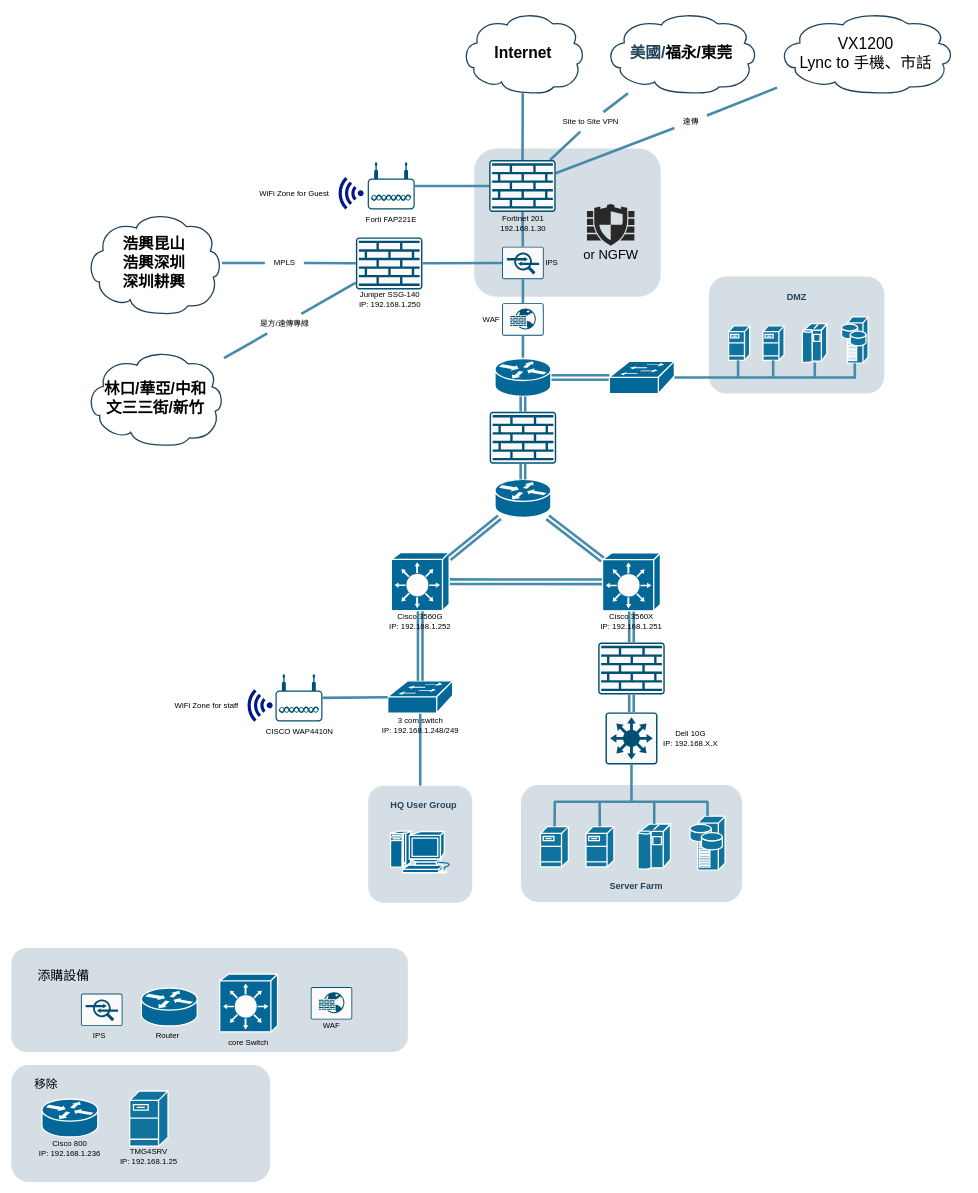
Before: HQ-V2.drawio in KevinKuo2519/AI-Prpgram, a draw.io diagram. Source tidied: cells renumbered, new cells numbered last; positions are measured from the earlier drawing's top-left corner, leaving out a move shared by most shapes. Both pictures are drawn from the tidied source at 65%, with x=0, y=0 at pixel (11, 12).
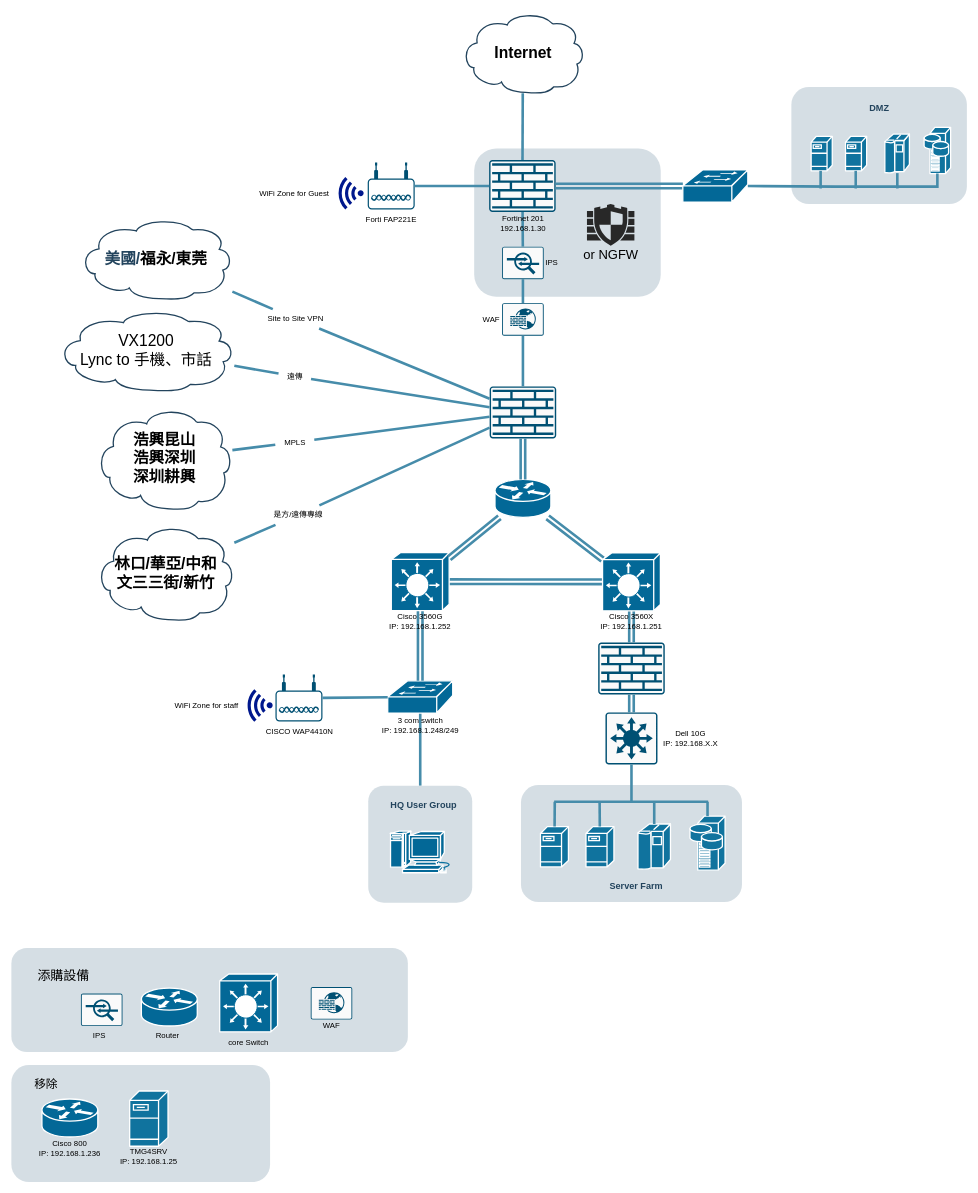
The same page after the edit.

Unchanged cells that the change refers to:
```xml
<mxCell id="40" style="sketch=0;points=[[0.015,0.015,0],[0.985,0.015,0],[0.985,0.985,0],[0.015,0.985,0],[0.25,0,0],[0.5,0,0],[0.75,0,0],[1,0.25,0],[1,0.5,0],[1,0.75,0],[0.75,1,0],[0.5,1,0],[0.25,1,0],[0,0.75,0],[0,0.5,0],[0,0.25,0]];verticalLabelPosition=bottom;html=1;verticalAlign=top;align=center;shape=mxgraph.cisco19.rect;prIcon=ips_ids;fillColor=#FAFAFA;strokeColor=#005073;" parent="1" vertex="1">
  <mxGeometry x="755" y="361" width="64" height="50" as="geometry" />
</mxCell>
<mxCell id="42" style="sketch=0;points=[[0.015,0.015,0],[0.985,0.015,0],[0.985,0.985,0],[0.015,0.985,0],[0.25,0,0],[0.5,0,0],[0.75,0,0],[1,0.25,0],[1,0.5,0],[1,0.75,0],[0.75,1,0],[0.5,1,0],[0.25,1,0],[0,0.75,0],[0,0.5,0],[0,0.25,0]];verticalLabelPosition=bottom;html=1;verticalAlign=top;align=center;shape=mxgraph.cisco19.rect;prIcon=firewall;fillColor=#FAFAFA;strokeColor=#005073;" parent="41" vertex="1">
  <mxGeometry x="0.5" width="102.4" height="80" as="geometry" />
</mxCell>
<mxCell id="101" style="sketch=0;points=[[0.015,0.015,0],[0.985,0.015,0],[0.985,0.985,0],[0.015,0.985,0],[0.25,0,0],[0.5,0,0],[0.75,0,0],[1,0.25,0],[1,0.5,0],[1,0.75,0],[0.75,1,0],[0.5,1,0],[0.25,1,0],[0,0.75,0],[0,0.5,0],[0,0.25,0]];verticalLabelPosition=bottom;html=1;verticalAlign=top;align=center;shape=mxgraph.cisco19.rect;prIcon=web_application_firewall;fillColor=#FAFAFA;strokeColor=#005073;" parent="100" vertex="1">
  <mxGeometry x="69.5" width="64" height="50" as="geometry" />
</mxCell>
```

Diff of the diagram source:
```diff
@@
     <mxCell id="2" style="group;" parent="1" vertex="1">
-      <mxGeometry x="1073" y="407" width="270" height="180" as="geometry" />
+      <mxGeometry x="1200" y="115.4" width="270" height="180" as="geometry" />
     </mxCell>
@@
     <mxCell id="18" value="&lt;p style=&quot;margin-top: 0pt; margin-bottom: 0pt; margin-left: 0in; direction: ltr; unicode-bidi: embed; word-break: normal; font-size: 23px;&quot;&gt;&lt;/p&gt;&lt;p style=&quot;margin-top: 0pt; margin-bottom: 0pt; margin-left: 0in; direction: ltr; unicode-bidi: embed; word-break: normal;&quot;&gt;&lt;span style=&quot;background-color: initial; font-size: 18pt; color: rgb(0, 0, 0);&quot;&gt;林口/華亞/中和&lt;/span&gt;&lt;/p&gt;&lt;p style=&quot;margin-top: 0pt; margin-bottom: 0pt; margin-left: 0in; direction: ltr; unicode-bidi: embed; word-break: normal;&quot;&gt;&lt;span style=&quot;background-color: initial; font-size: 18pt; color: rgb(0, 0, 0);&quot;&gt;文三三街/新竹&lt;/span&gt;&lt;/p&gt;" style="shape=mxgraph.cisco.storage.cloud;html=1;dashed=0;strokeColor=#23445D;fillColor=#ffffff;strokeWidth=2;fontFamily=Helvetica;fontSize=24;fontColor=#23445D;align=center;fontStyle=1;" parent="1" vertex="1">
-      <mxGeometry x="114" y="520" width="213" height="147" as="geometry" />
+      <mxGeometry x="130" y="789" width="213" height="147" as="geometry" />
     </mxCell>
@@
-    <mxCell id="22" style="rounded=1;jettySize=auto;html=1;strokeColor=#468CAA;strokeWidth=4;endArrow=none;endFill=0;" parent="1" edge="1" source="46" target="42">
+    <mxCell id="22" style="rounded=1;jettySize=auto;html=1;strokeColor=#468CAA;strokeWidth=4;endArrow=none;endFill=0;" parent="1" edge="1" source="46" target="109">
       <mxGeometry relative="1" as="geometry" />
     </mxCell>
     <mxCell id="23" value="&lt;p style=&quot;margin-top: 0pt; margin-bottom: 0pt; margin-left: 0in; direction: ltr; unicode-bidi: embed; word-break: normal; font-size: 23px;&quot;&gt;&lt;/p&gt;&lt;p style=&quot;border-color: var(--border-color); color: rgb(0, 0, 0); font-weight: 400; margin-top: 0pt; margin-bottom: 0pt; margin-left: 0in; direction: ltr; unicode-bidi: embed; word-break: normal;&quot;&gt;&lt;font style=&quot;border-color: var(--border-color);&quot;&gt;VX1200&lt;/font&gt;&lt;/p&gt;&lt;p style=&quot;border-color: var(--border-color); color: rgb(0, 0, 0); font-weight: 400; margin-top: 0pt; margin-bottom: 0pt; margin-left: 0in; direction: ltr; unicode-bidi: embed; word-break: normal;&quot;&gt;&lt;font style=&quot;border-color: var(--border-color);&quot;&gt;Lync to&amp;nbsp;&lt;span style=&quot;border-color: var(--border-color); font-family: 微軟正黑體;&quot;&gt;手機、市話&lt;/span&gt;&lt;/font&gt;&lt;/p&gt;" style="shape=mxgraph.cisco.storage.cloud;html=1;dashed=0;strokeColor=#23445D;fillColor=#ffffff;strokeWidth=2;fontFamily=Helvetica;fontSize=24;fontColor=#23445D;align=center;fontStyle=1;" parent="1" vertex="1">
-      <mxGeometry x="1178" width="272" height="125" as="geometry" />
+      <mxGeometry x="71" y="458" width="272" height="125" as="geometry" />
     </mxCell>
@@
-    <mxCell id="35" style="rounded=1;jettySize=auto;html=1;strokeColor=#468CAA;strokeWidth=4;endArrow=none;endFill=0;" parent="1" edge="1" source="64" target="42">
+    <mxCell id="35" style="rounded=1;jettySize=auto;html=1;strokeColor=#468CAA;strokeWidth=4;endArrow=none;endFill=0;" parent="1" edge="1" source="64" target="109">
       <mxGeometry relative="1" as="geometry" />
     </mxCell>
     <mxCell id="36" value="&lt;p style=&quot;margin-top: 0pt; margin-bottom: 0pt; margin-left: 0in; direction: ltr; unicode-bidi: embed; word-break: normal; font-size: 23px;&quot;&gt;&lt;/p&gt;&lt;p style=&quot;margin-top: 0pt; margin-bottom: 0pt; margin-left: 0in; direction: ltr; unicode-bidi: embed; word-break: normal;&quot;&gt;&lt;font style=&quot;background-color: initial;&quot; color=&quot;#000000&quot;&gt;&lt;span style=&quot;font-size: 18pt; font-family: 微軟正黑體;&quot;&gt;浩興昆山&lt;/span&gt;&lt;/font&gt;&lt;br&gt;&lt;/p&gt;&lt;p style=&quot;margin-top: 0pt; margin-bottom: 0pt; margin-left: 0in; direction: ltr; unicode-bidi: embed; word-break: normal;&quot;&gt;&lt;span style=&quot;font-family: 微軟正黑體; font-size: 18pt; color: rgb(0, 0, 0); background-color: initial;&quot;&gt;浩興深圳&lt;/span&gt;&lt;/p&gt;&lt;p style=&quot;margin-top: 0pt; margin-bottom: 0pt; margin-left: 0in; direction: ltr; unicode-bidi: embed; word-break: normal;&quot;&gt;&lt;span style=&quot;color: rgb(0, 0, 0); background-color: initial; font-size: 18pt; font-family: 微軟正黑體;&quot;&gt;深圳耕興&lt;/span&gt;&lt;br&gt;&lt;/p&gt;" style="shape=mxgraph.cisco.storage.cloud;html=1;dashed=0;strokeColor=#23445D;fillColor=#ffffff;strokeWidth=2;fontFamily=Helvetica;fontSize=24;fontColor=#23445D;align=center;fontStyle=1;" parent="1" vertex="1">
-      <mxGeometry x="114" y="307.5" width="210" height="157" as="geometry" />
+      <mxGeometry x="130" y="608.5" width="210" height="157" as="geometry" />
     </mxCell>
@@
-    <mxCell id="44" style="rounded=1;jettySize=auto;html=1;endArrow=none;endFill=0;strokeColor=#468CAA;strokeWidth=4;" parent="1" edge="1" source="87" target="71">
+    <mxCell id="44" style="rounded=1;jettySize=auto;html=1;endArrow=none;endFill=0;strokeColor=#468CAA;strokeWidth=4;" parent="1" edge="1" source="87" target="109">
       <mxGeometry relative="1" as="geometry" />
     </mxCell>
@@
     <mxCell id="46" value="遠傳" style="text;html=1;align=center;verticalAlign=middle;points=[];strokeColor=none;fillColor=none;" parent="1" vertex="1">
-      <mxGeometry x="1020" y="154" width="50" height="30" as="geometry" />
+      <mxGeometry x="411" y="545.5" width="50" height="30" as="geometry" />
     </mxCell>
-    <mxCell id="47" style="rounded=1;jettySize=auto;html=1;strokeColor=#468CAA;strokeWidth=4;endArrow=none;endFill=0;elbow=vertical;" parent="1" edge="1" source="71" target="48">
+    <mxCell id="47" style="rounded=1;jettySize=auto;html=1;strokeColor=#468CAA;strokeWidth=4;endArrow=none;endFill=0;elbow=vertical;" parent="1" edge="1" source="109" target="48">
       <mxGeometry relative="1" as="geometry" />
     </mxCell>
     <mxCell id="48" value="是方/遠傳專線" style="text;html=1;align=center;verticalAlign=middle;points=[];strokeColor=none;fillColor=none;" parent="1" vertex="1">
-      <mxGeometry x="370" y="464.5" width="100" height="30" as="geometry" />
+      <mxGeometry x="391" y="759" width="100" height="30" as="geometry" />
     </mxCell>
@@
-    <mxCell id="59" style="rounded=1;jettySize=auto;html=1;endArrow=none;endFill=0;strokeWidth=4;strokeColor=#468CAA;shape=link;" parent="1" edge="1" source="84" target="110">
+    <mxCell id="59" style="rounded=1;jettySize=auto;html=1;endArrow=none;endFill=0;strokeWidth=4;strokeColor=#468CAA;shape=link;entryX=1;entryY=0.5;entryDx=0;entryDy=0;entryPerimeter=0;" parent="1" edge="1" source="84" target="42">
       <mxGeometry relative="1" as="geometry" />
     </mxCell>
@@
     <mxCell id="64" value="Site to Site VPN" style="text;html=1;align=center;verticalAlign=middle;points=[];strokeColor=none;fillColor=none;" parent="1" vertex="1">
-      <mxGeometry x="836.2" y="154" width="110" height="30" as="geometry" />
+      <mxGeometry x="382" y="457" width="110" height="30" as="geometry" />
     </mxCell>
-    <mxCell id="65" style="rounded=1;jettySize=auto;html=1;strokeColor=#468CAA;strokeWidth=4;endArrow=none;endFill=0;" parent="1" edge="1" source="71" target="40">
-      <mxGeometry relative="1" as="geometry" />
-    </mxCell>
@@
-    <mxCell id="70" style="group;" parent="1" vertex="1">
-      <mxGeometry x="530" y="346.7" width="105" height="110" as="geometry" />
-    </mxCell>
-    <mxCell id="71" style="sketch=0;points=[[0.015,0.015,0],[0.985,0.015,0],[0.985,0.985,0],[0.015,0.985,0],[0.25,0,0],[0.5,0,0],[0.75,0,0],[1,0.25,0],[1,0.5,0],[1,0.75,0],[0.75,1,0],[0.5,1,0],[0.25,1,0],[0,0.75,0],[0,0.5,0],[0,0.25,0]];verticalLabelPosition=bottom;html=1;verticalAlign=top;align=center;shape=mxgraph.cisco19.rect;prIcon=firewall;fillColor=#FAFAFA;strokeColor=#005073;" parent="70" vertex="1">
-      <mxGeometry width="102.4" height="80" as="geometry" />
-    </mxCell>
-    <mxCell id="72" value="Juniper SSG-140&lt;br&gt;IP: 192.168.1.250" style="text;html=1;strokeColor=none;fillColor=none;align=center;verticalAlign=middle;whiteSpace=wrap;rounded=0;" parent="70" vertex="1">
-      <mxGeometry y="80" width="105" height="30" as="geometry" />
-    </mxCell>
     <mxCell id="73" value="&lt;p style=&quot;margin-top: 0pt; margin-bottom: 0pt; margin-left: 0in; direction: ltr; unicode-bidi: embed; word-break: normal; font-size: 23px;&quot;&gt;&lt;/p&gt;&lt;p style=&quot;border-color: var(--border-color); margin-top: 0pt; margin-bottom: 0pt; margin-left: 0in; direction: ltr; unicode-bidi: embed; word-break: normal;&quot;&gt;美國/&lt;span style=&quot;background-color: initial; color: rgb(0, 0, 0); font-size: 18pt;&quot;&gt;福永/東莞&lt;/span&gt;&lt;/p&gt;" style="shape=mxgraph.cisco.storage.cloud;html=1;dashed=0;strokeColor=#23445D;fillColor=#ffffff;strokeWidth=2;fontFamily=Helvetica;fontSize=24;fontColor=#23445D;align=center;fontStyle=1;" parent="1" vertex="1">
-      <mxGeometry x="912.5" width="235.5" height="125" as="geometry" />
+      <mxGeometry x="104.5" y="317" width="235.5" height="125" as="geometry" />
     </mxCell>
@@
     <mxCell id="84" style="shape=mxgraph.cisco.switches.workgroup_switch;sketch=0;html=1;dashed=0;fillColor=#036897;strokeColor=#ffffff;strokeWidth=2;verticalLabelPosition=bottom;verticalAlign=top;align=center;outlineConnect=0;" parent="1" vertex="1">
-      <mxGeometry x="920" y="537.5" width="100" height="49.5" as="geometry" />
+      <mxGeometry x="1033" y="242.9" width="100" height="49.5" as="geometry" />
     </mxCell>
@@
     <mxCell id="87" value="MPLS" style="text;html=1;align=center;verticalAlign=middle;points=[];strokeColor=none;fillColor=none;" parent="1" vertex="1">
-      <mxGeometry x="390" y="371" width="60" height="30" as="geometry" />
+      <mxGeometry x="406" y="647" width="60" height="30" as="geometry" />
     </mxCell>
@@
-    <mxCell id="104" style="rounded=1;jettySize=auto;html=1;endArrow=none;endFill=0;strokeWidth=4;strokeColor=#468CAA;" parent="1" edge="1" source="101" target="110">
+    <mxCell id="104" style="rounded=1;jettySize=auto;html=1;endArrow=none;endFill=0;strokeWidth=4;strokeColor=#468CAA;entryX=0.5;entryY=0;entryDx=0;entryDy=0;entryPerimeter=0;" parent="1" edge="1" source="101" target="109">
       <mxGeometry relative="1" as="geometry" />
     </mxCell>
@@
     <mxCell id="109" style="sketch=0;points=[[0.015,0.015,0],[0.985,0.015,0],[0.985,0.985,0],[0.015,0.985,0],[0.25,0,0],[0.5,0,0],[0.75,0,0],[1,0.25,0],[1,0.5,0],[1,0.75,0],[0.75,1,0],[0.5,1,0],[0.25,1,0],[0,0.75,0],[0,0.5,0],[0,0.25,0]];verticalLabelPosition=bottom;html=1;verticalAlign=top;align=center;shape=mxgraph.cisco19.rect;prIcon=firewall;fillColor=#FAFAFA;strokeColor=#005073;" parent="1" vertex="1">
-      <mxGeometry x="735.8" y="615" width="102.4" height="80" as="geometry" />
+      <mxGeometry x="735.8" y="576" width="102.4" height="80" as="geometry" />
     </mxCell>
-    <mxCell id="110" style="shape=mxgraph.cisco.routers.router;sketch=0;html=1;dashed=0;fillColor=#036897;strokeColor=#ffffff;strokeWidth=2;verticalLabelPosition=bottom;verticalAlign=top;align=center;outlineConnect=0;" parent="1" vertex="1">
-      <mxGeometry x="744" y="533" width="86" height="58.4" as="geometry" />
-    </mxCell>
-    <mxCell id="111" style="rounded=1;jettySize=auto;html=1;endArrow=none;endFill=0;strokeWidth=4;strokeColor=#468CAA;shape=link;" parent="1" edge="1" source="109" target="110">
-      <mxGeometry relative="1" as="geometry" />
-    </mxCell>
```
